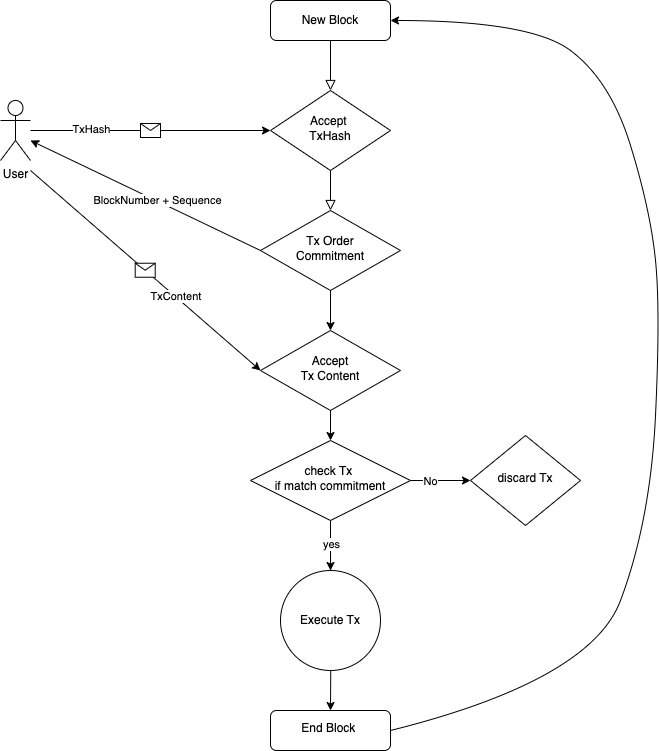
Above: MEVless/docs/mevless.png in yu-org/nine-tripods (draw.io), before the change. Source tidied: cells renumbered, new cells last; positions are measured from the earlier drawing's top-left corner, leaving out a move shared by most shapes.
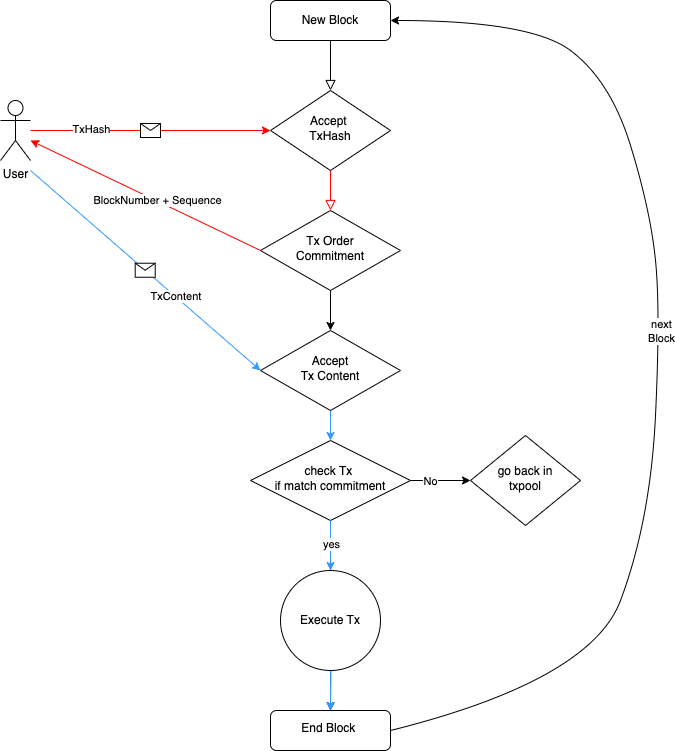
The same file after the commit.

Change to the diagram source:
```diff
@@ -8,7 +8,7 @@
     <mxCell id="3" value="New Block" style="rounded=1;whiteSpace=wrap;html=1;fontSize=12;glass=0;strokeWidth=1;shadow=0;" parent="1" vertex="1">
       <mxGeometry x="270" width="120" height="40" as="geometry" />
     </mxCell>
-    <mxCell id="4" style="rounded=0;html=1;jettySize=auto;fontSize=11;endArrow=block;endFill=0;endSize=8;strokeWidth=1;shadow=0;labelBackgroundColor=none;edgeStyle=orthogonalEdgeStyle;" parent="1" edge="1" source="5" target="7">
+    <mxCell id="4" style="rounded=0;html=1;jettySize=auto;fontSize=11;endArrow=block;endFill=0;endSize=8;strokeWidth=1;shadow=0;labelBackgroundColor=none;edgeStyle=orthogonalEdgeStyle;strokeColor=#FF0000;" parent="1" edge="1" source="5" target="7">
       <mxGeometry y="20" relative="1" as="geometry" />
     </mxCell>
     <mxCell id="5" value="Accept&amp;nbsp;&lt;div&gt;TxHash&lt;/div&gt;" style="rhombus;whiteSpace=wrap;html=1;shadow=0;fontFamily=Helvetica;fontSize=12;align=center;strokeWidth=1;spacing=6;spacingTop=-4;" parent="1" vertex="1">
@@ -20,7 +20,7 @@
     <mxCell id="7" value="&lt;div&gt;Tx Order&lt;/div&gt;Commitment" style="rhombus;whiteSpace=wrap;html=1;shadow=0;fontFamily=Helvetica;fontSize=12;align=center;strokeWidth=1;spacing=6;spacingTop=-4;" parent="1" vertex="1">
       <mxGeometry x="260" y="210" width="140" height="80" as="geometry" />
     </mxCell>
-    <mxCell id="8" style="edgeStyle=orthogonalEdgeStyle;rounded=0;jettySize=auto;html=1;" parent="1" edge="1" source="9" target="23">
+    <mxCell id="8" style="edgeStyle=orthogonalEdgeStyle;rounded=0;jettySize=auto;html=1;strokeColor=#3399FF;" parent="1" edge="1" source="9" target="23">
       <mxGeometry relative="1" as="geometry" />
     </mxCell>
     <mxCell id="9" value="Accept&lt;div&gt;Tx Content&lt;/div&gt;" style="rhombus;whiteSpace=wrap;html=1;shadow=0;fontFamily=Helvetica;fontSize=12;align=center;strokeWidth=1;spacing=6;spacingTop=-4;" parent="1" vertex="1">
@@ -43,16 +43,27 @@
         </Array>
       </mxGeometry>
     </mxCell>
+    <mxCell id="29" value="next&lt;div&gt;Block&lt;/div&gt;" style="edgeLabel;html=1;align=center;verticalAlign=middle;" parent="11" vertex="1">
+      <mxGeometry x="0.07" y="-1" relative="1" as="geometry" />
+    </mxCell>
     <mxCell id="12" value="End Block&amp;nbsp;" style="rounded=1;whiteSpace=wrap;html=1;shadow=0;strokeWidth=1;spacing=6;spacingTop=-4;" parent="1" vertex="1">
       <mxGeometry x="270" y="710" width="120" height="40" as="geometry" />
     </mxCell>
+    <mxCell id="30" style="edgeStyle=orthogonalEdgeStyle;rounded=0;jettySize=auto;html=1;strokeColor=#3399FF;" parent="1" edge="1" source="13" target="12">
+      <mxGeometry relative="1" as="geometry">
+        <Array as="points">
+          <mxPoint x="330" y="680" />
+          <mxPoint x="330" y="680" />
+        </Array>
+      </mxGeometry>
+    </mxCell>
     <mxCell id="13" value="Execute Tx" style="ellipse;whiteSpace=wrap;html=1;" parent="1" vertex="1">
       <mxGeometry x="280" y="570" width="100" height="100" as="geometry" />
     </mxCell>
     <mxCell id="14" value="User" style="shape=umlActor;verticalLabelPosition=bottom;verticalAlign=top;html=1;outlineConnect=0;" parent="1" vertex="1">
       <mxGeometry y="100" width="30" height="60" as="geometry" />
     </mxCell>
-    <mxCell id="15" style="endArrow=classic;html=1;rounded=0;entryX=0;entryY=0.5;entryDx=0;entryDy=0;" parent="1" edge="1" source="14" target="5">
+    <mxCell id="15" style="endArrow=classic;html=1;rounded=0;entryX=0;entryY=0.5;entryDx=0;entryDy=0;strokeColor=#FF0000;" parent="1" edge="1" source="14" target="5">
       <mxGeometry relative="1" as="geometry" />
     </mxCell>
     <mxCell id="16" style="shape=message;html=1;" parent="15" vertex="1">
@@ -65,7 +76,7 @@
         <mxPoint x="-77" as="offset" />
       </mxGeometry>
     </mxCell>
-    <mxCell id="18" style="endArrow=classic;html=1;rounded=0;entryX=0;entryY=0.5;entryDx=0;entryDy=0;" parent="1" edge="1" target="9">
+    <mxCell id="18" style="endArrow=classic;html=1;rounded=0;entryX=0;entryY=0.5;entryDx=0;entryDy=0;strokeColor=#3399FF;" parent="1" edge="1" target="9">
       <mxGeometry relative="1" as="geometry">
         <mxPoint x="30" y="170" as="sourcePoint" />
       </mxGeometry>
@@ -87,16 +98,16 @@
     <mxCell id="23" value="check Tx&amp;nbsp;&lt;div&gt;if match commitment&lt;/div&gt;" style="rhombus;whiteSpace=wrap;html=1;shadow=0;fontFamily=Helvetica;fontSize=12;align=center;strokeWidth=1;spacing=6;spacingTop=-4;" parent="1" vertex="1">
       <mxGeometry x="250" y="440" width="160" height="80" as="geometry" />
     </mxCell>
-    <mxCell id="24" style="endArrow=classic;html=1;rounded=0;entryX=0.5;entryY=0;entryDx=0;entryDy=0;exitX=0.5;exitY=1;exitDx=0;exitDy=0;" parent="1" edge="1" source="23" target="13">
+    <mxCell id="24" style="endArrow=classic;html=1;rounded=0;entryX=0.5;entryY=0;entryDx=0;entryDy=0;exitX=0.5;exitY=1;exitDx=0;exitDy=0;strokeColor=#3399FF;" parent="1" edge="1" source="23" target="13">
       <mxGeometry relative="1" as="geometry" />
     </mxCell>
     <mxCell id="25" value="yes" style="edgeLabel;html=1;align=center;verticalAlign=middle;" parent="24" vertex="1">
       <mxGeometry x="-0.1" relative="1" as="geometry" />
     </mxCell>
-    <mxCell id="26" value="discard Tx" style="rhombus;whiteSpace=wrap;html=1;shadow=0;strokeWidth=1;spacing=6;spacingTop=-4;" parent="1" vertex="1">
+    <mxCell id="26" value="go back in&lt;div&gt;txpool&lt;/div&gt;" style="rhombus;whiteSpace=wrap;html=1;shadow=0;strokeWidth=1;spacing=6;spacingTop=-4;" parent="1" vertex="1">
       <mxGeometry x="470" y="435" width="110" height="90" as="geometry" />
     </mxCell>
-    <mxCell id="27" style="endArrow=classic;html=1;rounded=0;exitX=0;exitY=0.5;exitDx=0;exitDy=0;" parent="1" edge="1" source="7">
+    <mxCell id="27" style="endArrow=classic;html=1;rounded=0;exitX=0;exitY=0.5;exitDx=0;exitDy=0;strokeColor=#FF0000;" parent="1" edge="1" source="7">
       <mxGeometry relative="1" as="geometry">
         <mxPoint x="30" y="140" as="targetPoint" />
       </mxGeometry>
```
